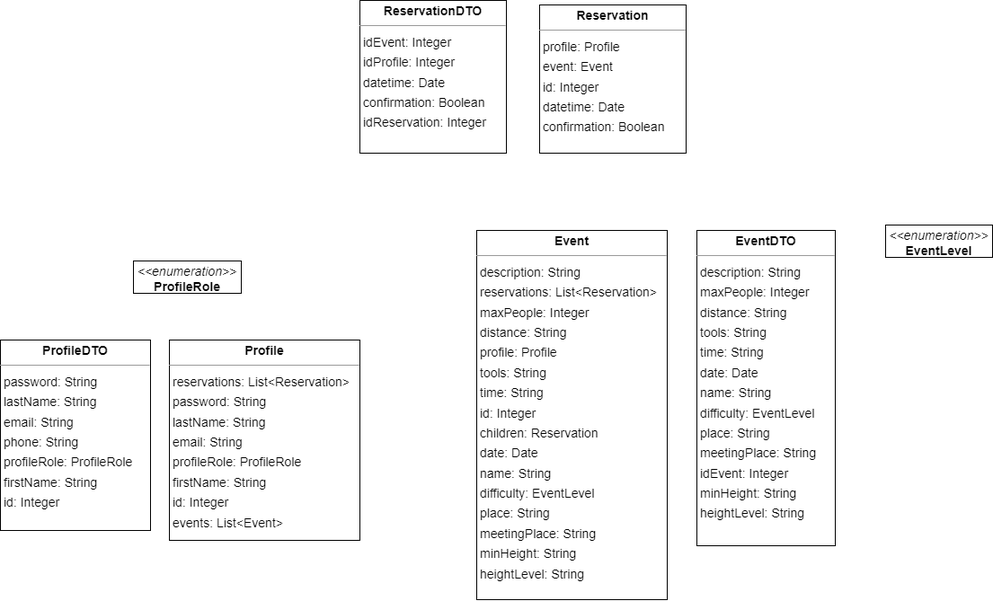
sabrin99m/Progetto-PAC-2023-24 keeps this draw.io diagram as Documentazione/Iterazione 2/diagrams/class.drawio.png. Above is the earlier version. Source tidied: cells renumbered, new cells last; positions are measured from the earlier drawing's top-left corner, leaving out a move shared by most shapes. Source of this version:
```xml
<mxGraphModel>
  <root>
    <mxCell id="0" />
    <mxCell id="1" parent="0" />
    <mxCell id="2" value="&lt;p style=&quot;margin:0px;margin-top:4px;text-align:center;&quot;&gt;&lt;b&gt;Event&lt;/b&gt;&lt;/p&gt;&lt;hr size=&quot;1&quot;/&gt;&lt;p style=&quot;margin:0 0 0 4px;line-height:1.6;&quot;&gt; description: String&lt;br/&gt; reservations: List&amp;lt;Reservation&amp;gt;&lt;br/&gt; maxPeople: Integer&lt;br/&gt; distance: String&lt;br/&gt; profile: Profile&lt;br/&gt; tools: String&lt;br/&gt; time: String&lt;br/&gt; id: Integer&lt;br/&gt; children: Reservation&lt;br/&gt; date: Date&lt;br/&gt; name: String&lt;br/&gt; difficulty: EventLevel&lt;br/&gt; place: String&lt;br/&gt; meetingPlace: String&lt;br/&gt; minHeight: String&lt;br/&gt; heightLevel: String&lt;/p&gt;" style="verticalAlign=top;align=left;overflow=fill;fontSize=14;fontFamily=Helvetica;html=1;rounded=0;shadow=0;comic=0;labelBackgroundColor=none;strokeWidth=1;" parent="1" vertex="1">
      <mxGeometry x="530" y="256" width="212" height="411" as="geometry" />
    </mxCell>
    <mxCell id="3" value="&lt;p style=&quot;margin:0px;margin-top:4px;text-align:center;&quot;&gt;&lt;b&gt;EventDTO&lt;/b&gt;&lt;/p&gt;&lt;hr size=&quot;1&quot;/&gt;&lt;p style=&quot;margin:0 0 0 4px;line-height:1.6;&quot;&gt; description: String&lt;br/&gt; maxPeople: Integer&lt;br/&gt; distance: String&lt;br/&gt; tools: String&lt;br/&gt; time: String&lt;br/&gt; date: Date&lt;br/&gt; name: String&lt;br/&gt; difficulty: EventLevel&lt;br/&gt; place: String&lt;br/&gt; meetingPlace: String&lt;br/&gt; idEvent: Integer&lt;br/&gt; minHeight: String&lt;br/&gt; heightLevel: String&lt;/p&gt;" style="verticalAlign=top;align=left;overflow=fill;fontSize=14;fontFamily=Helvetica;html=1;rounded=0;shadow=0;comic=0;labelBackgroundColor=none;strokeWidth=1;" parent="1" vertex="1">
      <mxGeometry x="775" y="256" width="154" height="351" as="geometry" />
    </mxCell>
    <mxCell id="4" value="&lt;p style=&quot;margin:0px;margin-top:4px;text-align:center;&quot;&gt;&lt;i&gt;&amp;lt;&amp;lt;enumeration&amp;gt;&amp;gt;&lt;/i&gt;&lt;br/&gt;&lt;b&gt;EventLevel&lt;/b&gt;&lt;/p&gt;&lt;hr size=&quot;1&quot;/&gt;" style="verticalAlign=top;align=left;overflow=fill;fontSize=14;fontFamily=Helvetica;html=1;rounded=0;shadow=0;comic=0;labelBackgroundColor=none;strokeWidth=1;" parent="1" vertex="1">
      <mxGeometry x="985" y="250" width="119" height="36" as="geometry" />
    </mxCell>
    <mxCell id="5" value="&lt;p style=&quot;margin:0px;margin-top:4px;text-align:center;&quot;&gt;&lt;b&gt;Profile&lt;/b&gt;&lt;/p&gt;&lt;hr size=&quot;1&quot;/&gt;&lt;p style=&quot;margin:0 0 0 4px;line-height:1.6;&quot;&gt; reservations: List&amp;lt;Reservation&amp;gt;&lt;br/&gt; password: String&lt;br/&gt; lastName: String&lt;br/&gt; email: String&lt;br/&gt; profileRole: ProfileRole&lt;br/&gt; firstName: String&lt;br/&gt; id: Integer&lt;br/&gt; events: List&amp;lt;Event&amp;gt;&lt;/p&gt;" style="verticalAlign=top;align=left;overflow=fill;fontSize=14;fontFamily=Helvetica;html=1;rounded=0;shadow=0;comic=0;labelBackgroundColor=none;strokeWidth=1;" parent="1" vertex="1">
      <mxGeometry x="188" y="378" width="212" height="223" as="geometry" />
    </mxCell>
    <mxCell id="6" value="&lt;p style=&quot;margin:0px;margin-top:4px;text-align:center;&quot;&gt;&lt;b&gt;ProfileDTO&lt;/b&gt;&lt;/p&gt;&lt;hr size=&quot;1&quot;/&gt;&lt;p style=&quot;margin:0 0 0 4px;line-height:1.6;&quot;&gt; password: String&lt;br/&gt; lastName: String&lt;br/&gt; email: String&lt;br/&gt; phone: String&lt;br/&gt; profileRole: ProfileRole&lt;br/&gt; firstName: String&lt;br/&gt; id: Integer&lt;/p&gt;" style="verticalAlign=top;align=left;overflow=fill;fontSize=14;fontFamily=Helvetica;html=1;rounded=0;shadow=0;comic=0;labelBackgroundColor=none;strokeWidth=1;" parent="1" vertex="1">
      <mxGeometry y="378" width="167" height="212" as="geometry" />
    </mxCell>
    <mxCell id="7" value="&lt;p style=&quot;margin:0px;margin-top:4px;text-align:center;&quot;&gt;&lt;i&gt;&amp;lt;&amp;lt;enumeration&amp;gt;&amp;gt;&lt;/i&gt;&lt;br/&gt;&lt;b&gt;ProfileRole&lt;/b&gt;&lt;/p&gt;&lt;hr size=&quot;1&quot;/&gt;" style="verticalAlign=top;align=left;overflow=fill;fontSize=14;fontFamily=Helvetica;html=1;rounded=0;shadow=0;comic=0;labelBackgroundColor=none;strokeWidth=1;" parent="1" vertex="1">
      <mxGeometry x="148" y="290" width="120" height="36" as="geometry" />
    </mxCell>
    <mxCell id="8" value="&lt;p style=&quot;margin:0px;margin-top:4px;text-align:center;&quot;&gt;&lt;b&gt;Reservation&lt;/b&gt;&lt;/p&gt;&lt;hr size=&quot;1&quot;/&gt;&lt;p style=&quot;margin:0 0 0 4px;line-height:1.6;&quot;&gt; profile: Profile&lt;br/&gt; event: Event&lt;br/&gt; id: Integer&lt;br/&gt; datetime: Date&lt;br/&gt; confirmation: Boolean&lt;/p&gt;" style="verticalAlign=top;align=left;overflow=fill;fontSize=14;fontFamily=Helvetica;html=1;rounded=0;shadow=0;comic=0;labelBackgroundColor=none;strokeWidth=1;" parent="1" vertex="1">
      <mxGeometry x="600" y="5" width="163" height="165" as="geometry" />
    </mxCell>
    <mxCell id="9" value="&lt;p style=&quot;margin:0px;margin-top:4px;text-align:center;&quot;&gt;&lt;b&gt;ReservationDTO&lt;/b&gt;&lt;/p&gt;&lt;hr size=&quot;1&quot;/&gt;&lt;p style=&quot;margin:0 0 0 4px;line-height:1.6;&quot;&gt; idEvent: Integer&lt;br/&gt; idProfile: Integer&lt;br/&gt; datetime: Date&lt;br/&gt; confirmation: Boolean&lt;br/&gt; idReservation: Integer&lt;/p&gt;" style="verticalAlign=top;align=left;overflow=fill;fontSize=14;fontFamily=Helvetica;html=1;rounded=0;shadow=0;comic=0;labelBackgroundColor=none;strokeWidth=1;" parent="1" vertex="1">
      <mxGeometry x="400" width="163" height="170" as="geometry" />
    </mxCell>
  </root>
</mxGraphModel>
```
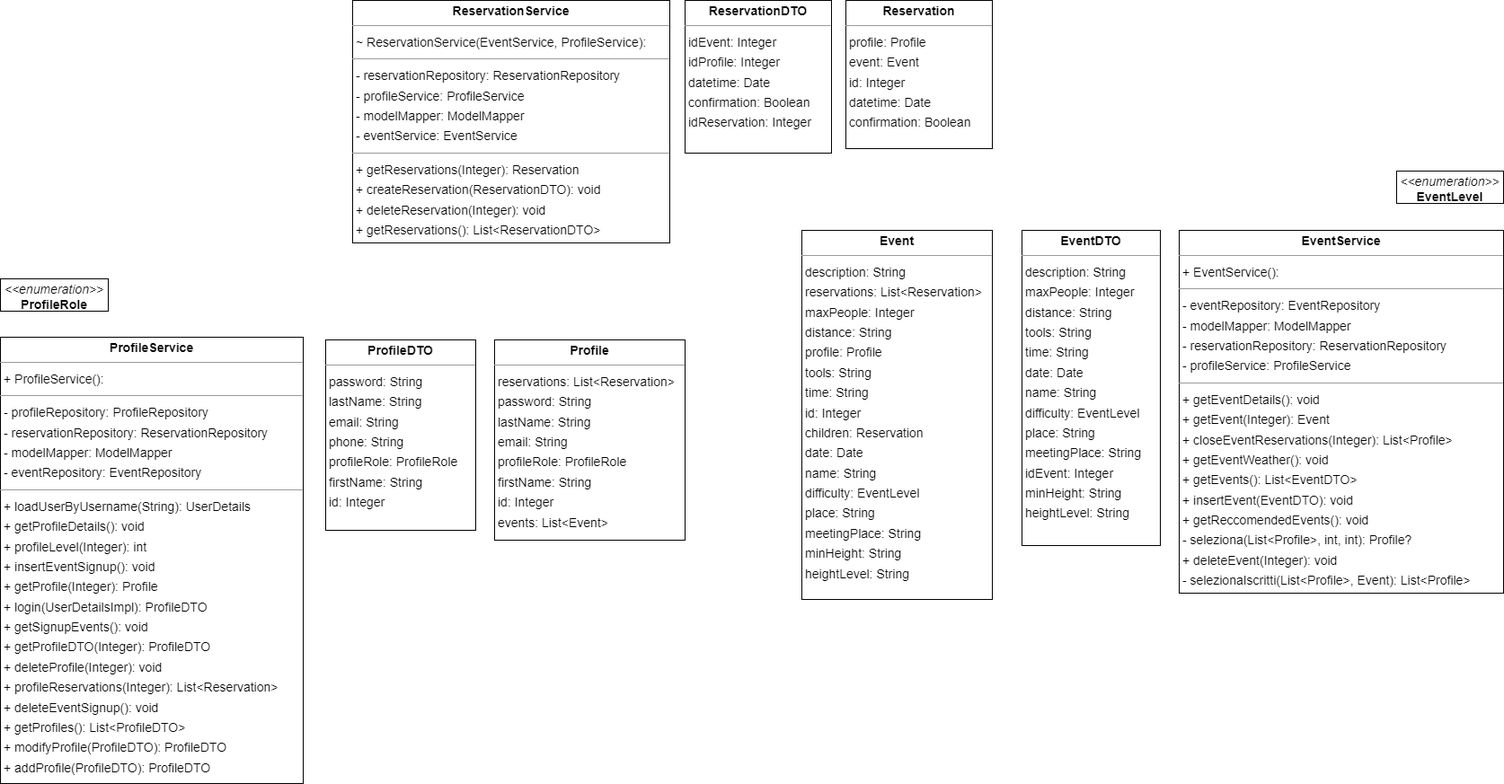
The same diagram one commit later.

What changed in the source:
```diff
@@ -9,7 +9,7 @@
       <mxGeometry x="775" y="256" width="154" height="351" as="geometry" />
     </mxCell>
     <mxCell id="4" value="&lt;p style=&quot;margin:0px;margin-top:4px;text-align:center;&quot;&gt;&lt;i&gt;&amp;lt;&amp;lt;enumeration&amp;gt;&amp;gt;&lt;/i&gt;&lt;br/&gt;&lt;b&gt;EventLevel&lt;/b&gt;&lt;/p&gt;&lt;hr size=&quot;1&quot;/&gt;" style="verticalAlign=top;align=left;overflow=fill;fontSize=14;fontFamily=Helvetica;html=1;rounded=0;shadow=0;comic=0;labelBackgroundColor=none;strokeWidth=1;" parent="1" vertex="1">
-      <mxGeometry x="985" y="250" width="119" height="36" as="geometry" />
+      <mxGeometry x="1192" y="190" width="119" height="36" as="geometry" />
     </mxCell>
     <mxCell id="5" value="&lt;p style=&quot;margin:0px;margin-top:4px;text-align:center;&quot;&gt;&lt;b&gt;Profile&lt;/b&gt;&lt;/p&gt;&lt;hr size=&quot;1&quot;/&gt;&lt;p style=&quot;margin:0 0 0 4px;line-height:1.6;&quot;&gt; reservations: List&amp;lt;Reservation&amp;gt;&lt;br/&gt; password: String&lt;br/&gt; lastName: String&lt;br/&gt; email: String&lt;br/&gt; profileRole: ProfileRole&lt;br/&gt; firstName: String&lt;br/&gt; id: Integer&lt;br/&gt; events: List&amp;lt;Event&amp;gt;&lt;/p&gt;" style="verticalAlign=top;align=left;overflow=fill;fontSize=14;fontFamily=Helvetica;html=1;rounded=0;shadow=0;comic=0;labelBackgroundColor=none;strokeWidth=1;" parent="1" vertex="1">
       <mxGeometry x="188" y="378" width="212" height="223" as="geometry" />
@@ -18,13 +18,22 @@
       <mxGeometry y="378" width="167" height="212" as="geometry" />
     </mxCell>
     <mxCell id="7" value="&lt;p style=&quot;margin:0px;margin-top:4px;text-align:center;&quot;&gt;&lt;i&gt;&amp;lt;&amp;lt;enumeration&amp;gt;&amp;gt;&lt;/i&gt;&lt;br/&gt;&lt;b&gt;ProfileRole&lt;/b&gt;&lt;/p&gt;&lt;hr size=&quot;1&quot;/&gt;" style="verticalAlign=top;align=left;overflow=fill;fontSize=14;fontFamily=Helvetica;html=1;rounded=0;shadow=0;comic=0;labelBackgroundColor=none;strokeWidth=1;" parent="1" vertex="1">
-      <mxGeometry x="148" y="290" width="120" height="36" as="geometry" />
+      <mxGeometry x="-362" y="310" width="120" height="36" as="geometry" />
     </mxCell>
     <mxCell id="8" value="&lt;p style=&quot;margin:0px;margin-top:4px;text-align:center;&quot;&gt;&lt;b&gt;Reservation&lt;/b&gt;&lt;/p&gt;&lt;hr size=&quot;1&quot;/&gt;&lt;p style=&quot;margin:0 0 0 4px;line-height:1.6;&quot;&gt; profile: Profile&lt;br/&gt; event: Event&lt;br/&gt; id: Integer&lt;br/&gt; datetime: Date&lt;br/&gt; confirmation: Boolean&lt;/p&gt;" style="verticalAlign=top;align=left;overflow=fill;fontSize=14;fontFamily=Helvetica;html=1;rounded=0;shadow=0;comic=0;labelBackgroundColor=none;strokeWidth=1;" parent="1" vertex="1">
-      <mxGeometry x="600" y="5" width="163" height="165" as="geometry" />
+      <mxGeometry x="579" width="163" height="165" as="geometry" />
     </mxCell>
     <mxCell id="9" value="&lt;p style=&quot;margin:0px;margin-top:4px;text-align:center;&quot;&gt;&lt;b&gt;ReservationDTO&lt;/b&gt;&lt;/p&gt;&lt;hr size=&quot;1&quot;/&gt;&lt;p style=&quot;margin:0 0 0 4px;line-height:1.6;&quot;&gt; idEvent: Integer&lt;br/&gt; idProfile: Integer&lt;br/&gt; datetime: Date&lt;br/&gt; confirmation: Boolean&lt;br/&gt; idReservation: Integer&lt;/p&gt;" style="verticalAlign=top;align=left;overflow=fill;fontSize=14;fontFamily=Helvetica;html=1;rounded=0;shadow=0;comic=0;labelBackgroundColor=none;strokeWidth=1;" parent="1" vertex="1">
       <mxGeometry x="400" width="163" height="170" as="geometry" />
     </mxCell>
+    <mxCell id="10" value="&lt;p style=&quot;margin:0px;margin-top:4px;text-align:center;&quot;&gt;&lt;b&gt;ReservationService&lt;/b&gt;&lt;/p&gt;&lt;hr size=&quot;1&quot;/&gt;&lt;p style=&quot;margin:0 0 0 4px;line-height:1.6;&quot;&gt;~ ReservationService(EventService, ProfileService): &lt;/p&gt;&lt;hr size=&quot;1&quot;/&gt;&lt;p style=&quot;margin:0 0 0 4px;line-height:1.6;&quot;&gt;- reservationRepository: ReservationRepository&lt;br/&gt;- profileService: ProfileService&lt;br/&gt;- modelMapper: ModelMapper&lt;br/&gt;- eventService: EventService&lt;/p&gt;&lt;hr size=&quot;1&quot;/&gt;&lt;p style=&quot;margin:0 0 0 4px;line-height:1.6;&quot;&gt;+ getReservations(Integer): Reservation&lt;br/&gt;+ createReservation(ReservationDTO): void&lt;br/&gt;+ deleteReservation(Integer): void&lt;br/&gt;+ getReservations(): List&amp;lt;ReservationDTO&amp;gt;&lt;/p&gt;" style="verticalAlign=top;align=left;overflow=fill;fontSize=14;fontFamily=Helvetica;html=1;rounded=0;shadow=0;comic=0;labelBackgroundColor=none;strokeWidth=1;" parent="1" vertex="1">
+      <mxGeometry x="30" width="353" height="270" as="geometry" />
+    </mxCell>
+    <mxCell id="11" value="&lt;p style=&quot;margin:0px;margin-top:4px;text-align:center;&quot;&gt;&lt;b&gt;EventService&lt;/b&gt;&lt;/p&gt;&lt;hr size=&quot;1&quot;/&gt;&lt;p style=&quot;margin:0 0 0 4px;line-height:1.6;&quot;&gt;+ EventService(): &lt;/p&gt;&lt;hr size=&quot;1&quot;/&gt;&lt;p style=&quot;margin:0 0 0 4px;line-height:1.6;&quot;&gt;- eventRepository: EventRepository&lt;br/&gt;- modelMapper: ModelMapper&lt;br/&gt;- reservationRepository: ReservationRepository&lt;br/&gt;- profileService: ProfileService&lt;/p&gt;&lt;hr size=&quot;1&quot;/&gt;&lt;p style=&quot;margin:0 0 0 4px;line-height:1.6;&quot;&gt;+ getEventDetails(): void&lt;br/&gt;+ getEvent(Integer): Event&lt;br/&gt;+ closeEventReservations(Integer): List&amp;lt;Profile&amp;gt;&lt;br/&gt;+ getEventWeather(): void&lt;br/&gt;+ getEvents(): List&amp;lt;EventDTO&amp;gt;&lt;br/&gt;+ insertEvent(EventDTO): void&lt;br/&gt;+ getReccomendedEvents(): void&lt;br/&gt;- seleziona(List&amp;lt;Profile&amp;gt;, int, int): Profile?&lt;br/&gt;+ deleteEvent(Integer): void&lt;br/&gt;- selezionaIscritti(List&amp;lt;Profile&amp;gt;, Event): List&amp;lt;Profile&amp;gt;&lt;/p&gt;" style="verticalAlign=top;align=left;overflow=fill;fontSize=14;fontFamily=Helvetica;html=1;rounded=0;shadow=0;comic=0;labelBackgroundColor=none;strokeWidth=1;" parent="1" vertex="1">
+      <mxGeometry x="950" y="256" width="361" height="404" as="geometry" />
+    </mxCell>
+    <mxCell id="12" value="&lt;p style=&quot;margin:0px;margin-top:4px;text-align:center;&quot;&gt;&lt;b&gt;ProfileService&lt;/b&gt;&lt;/p&gt;&lt;hr size=&quot;1&quot;/&gt;&lt;p style=&quot;margin:0 0 0 4px;line-height:1.6;&quot;&gt;+ ProfileService(): &lt;/p&gt;&lt;hr size=&quot;1&quot;/&gt;&lt;p style=&quot;margin:0 0 0 4px;line-height:1.6;&quot;&gt;- profileRepository: ProfileRepository&lt;br/&gt;- reservationRepository: ReservationRepository&lt;br/&gt;- modelMapper: ModelMapper&lt;br/&gt;- eventRepository: EventRepository&lt;/p&gt;&lt;hr size=&quot;1&quot;/&gt;&lt;p style=&quot;margin:0 0 0 4px;line-height:1.6;&quot;&gt;+ loadUserByUsername(String): UserDetails&lt;br/&gt;+ getProfileDetails(): void&lt;br/&gt;+ profileLevel(Integer): int&lt;br/&gt;+ insertEventSignup(): void&lt;br/&gt;+ getProfile(Integer): Profile&lt;br/&gt;+ login(UserDetailsImpl): ProfileDTO&lt;br/&gt;+ getSignupEvents(): void&lt;br/&gt;+ getProfileDTO(Integer): ProfileDTO&lt;br/&gt;+ deleteProfile(Integer): void&lt;br/&gt;+ profileReservations(Integer): List&amp;lt;Reservation&amp;gt;&lt;br/&gt;+ deleteEventSignup(): void&lt;br/&gt;+ getProfiles(): List&amp;lt;ProfileDTO&amp;gt;&lt;br/&gt;+ modifyProfile(ProfileDTO): ProfileDTO&lt;br/&gt;+ addProfile(ProfileDTO): ProfileDTO&lt;/p&gt;" style="verticalAlign=top;align=left;overflow=fill;fontSize=14;fontFamily=Helvetica;html=1;rounded=0;shadow=0;comic=0;labelBackgroundColor=none;strokeWidth=1;" parent="1" vertex="1">
+      <mxGeometry x="-362" y="375" width="337" height="497" as="geometry" />
+    </mxCell>
   </root>
 </mxGraphModel>
```
